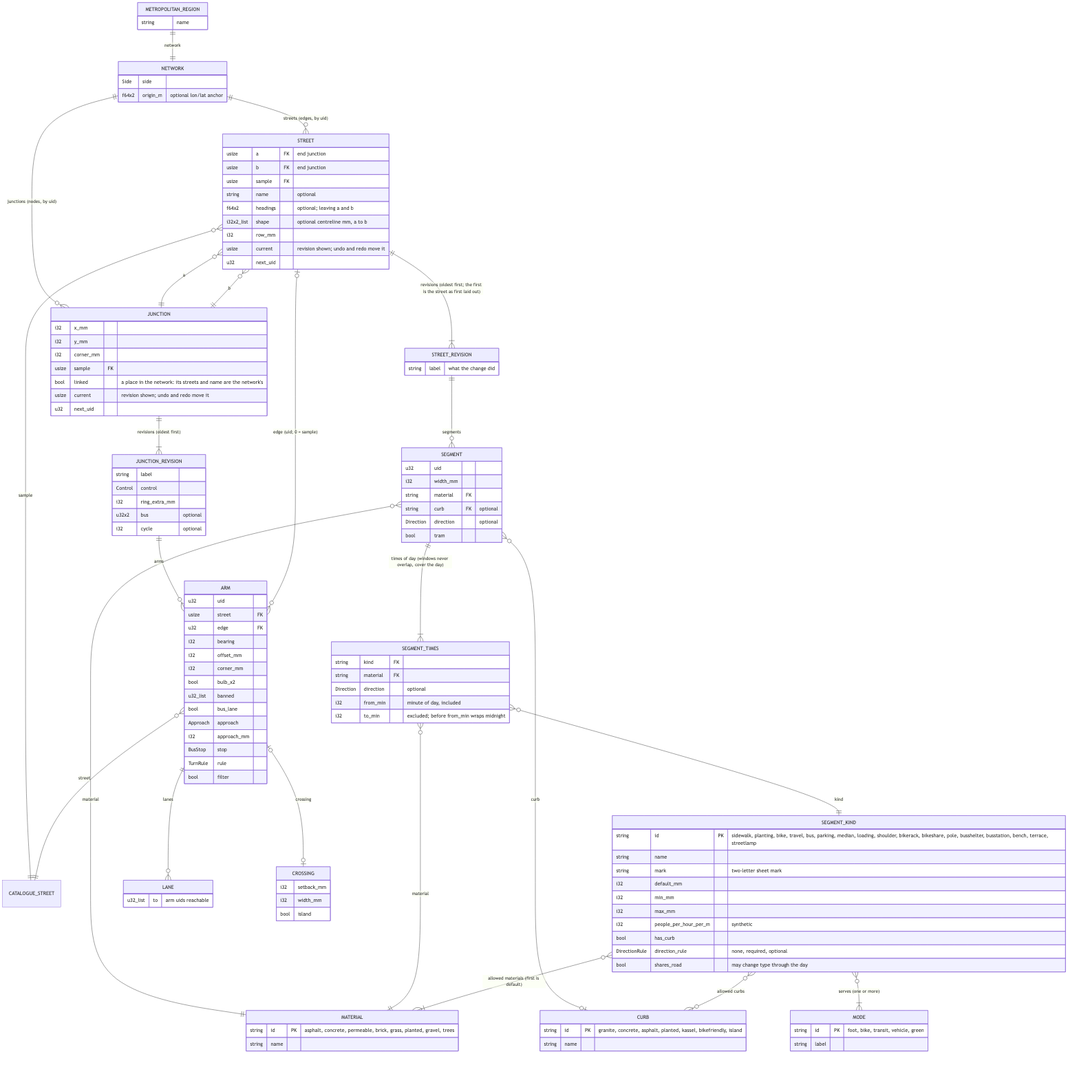
This is docs/erd.png from alandovskis/cityloom, a Mermaid export, as it was before one commit. Its source is kept beside it as docs/erd.mmd.
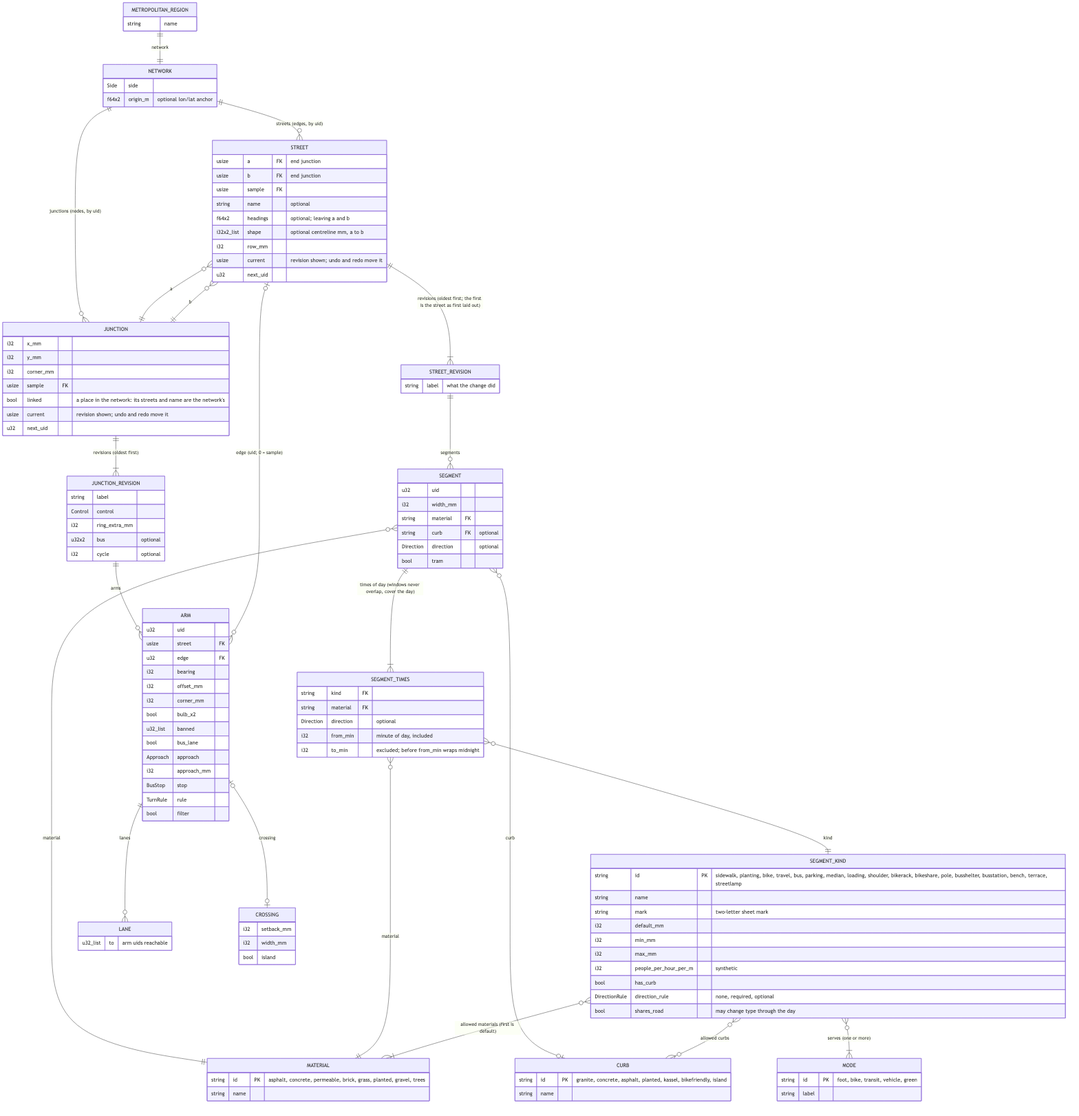
The same diagram one commit later.

Commit message:
docs(erd): drop the catalogue street entity

What changed in the source:
```diff
@@ -9,7 +9,6 @@
 
     STREET ||--|{ STREET_REVISION : "revisions (oldest first; the first is the street as first laid out)"
     STREET_REVISION ||--o{ SEGMENT : segments
-    STREET }o--|| CATALOGUE_STREET : "sample"
     SEGMENT ||--|{ SEGMENT_TIMES : "times of day (windows never overlap, cover the day)"
     SEGMENT_TIMES }o--|| SEGMENT_KIND : kind
     SEGMENT }o--|| MATERIAL : material
@@ -21,7 +20,6 @@
 
     JUNCTION_REVISION ||--o{ ARM : arms
     ARM }o--o| STREET : "edge (uid; 0 = sample)"
-    ARM }o--|| CATALOGUE_STREET : "street"
     ARM ||--o{ LANE : lanes
     ARM |o--o| CROSSING : crossing
 
```
